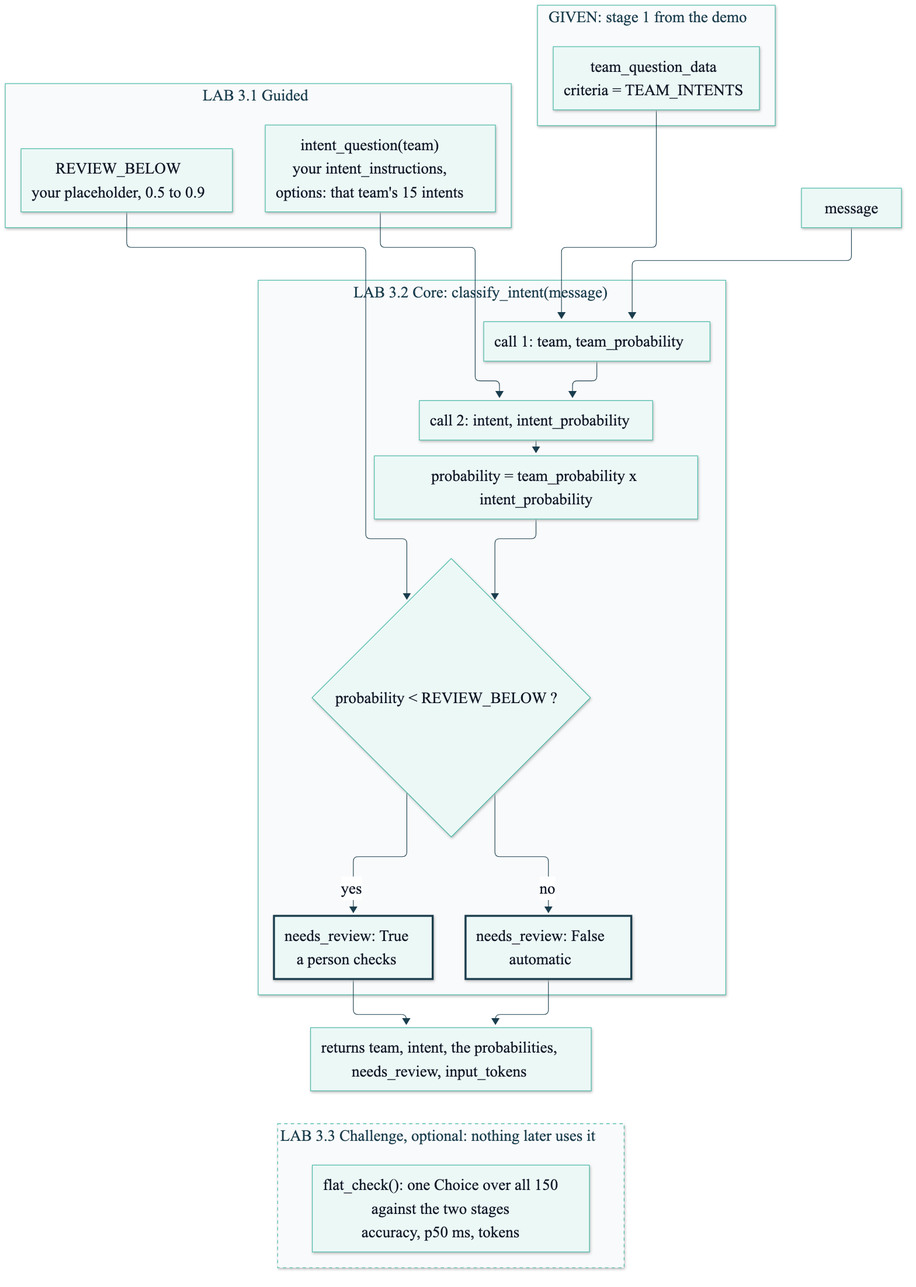
Before: course/diagrams/module_02/p3-lab-map.png, a diagram exported from Mermaid (axel-sirota/getting_started_jev). Its source is kept beside it as course/diagrams/module_02/p3-lab-map.mmd.
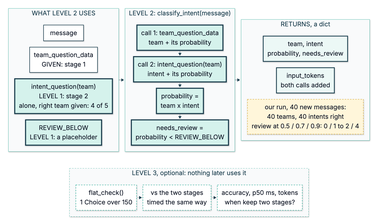
Above is the later version.

Diff of the diagram source:
```diff
@@ -1,41 +1,50 @@
 %%{init: {"theme": "base", "themeVariables": {"fontFamily": "Inter, sans-serif", "primaryColor": "#ECF8F6", "primaryBorderColor": "#40B8A6", "primaryTextColor": "#111827", "lineColor": "#1A3D4D", "secondaryColor": "#F9FAFB", "tertiaryColor": "#FFFFFF", "clusterBkg": "#F9FAFB", "clusterBorder": "#D1D5DB", "actorBkg": "#ECF8F6", "actorBorder": "#40B8A6", "noteBkgColor": "#FFF6DA", "noteBorderColor": "#E0B84C"}}}%%
-flowchart TD
-  M["message"]
-  subgraph GIVEN["GIVEN: stage 1 from the demo"]
-    T["team_question_data<br/>criteria = TEAM_INTENTS"]
+flowchart TB
+  subgraph ROW1[" "]
+    direction LR
+    subgraph IN["WHAT LEVEL 2 USES"]
+      direction TB
+      M["message"]
+      G["team_question_data<br/>GIVEN: stage 1"]
+      IQ["intent_question(team)<br/>LEVEL 1: stage 2<br/>alone, right team given: 4 of 5"]
+      RB["REVIEW_BELOW<br/>LEVEL 1: a placeholder"]
+      M ~~~ G ~~~ IQ ~~~ RB
+    end
+    subgraph L2["LEVEL 2: classify_intent(message)"]
+      direction TB
+      J1["call 1: team_question_data<br/>team + its probability"]
+      J2["call 2: intent_question(team)<br/>intent + its probability"]
+      P["probability =<br/>team x intent"]
+      NR["needs_review =<br/>probability < REVIEW_BELOW"]
+      J1 --> J2 --> P --> NR
+    end
+    subgraph OUT["RETURNS, a dict"]
+      direction TB
+      O1["team, intent<br/>probability, needs_review"]
+      O2["input_tokens<br/>both calls added"]
+      O3["our run, 40 new messages:<br/>40 teams, 40 intents right<br/>review at 0.5 / 0.7 / 0.9: 0 / 1 to 2 / 4"]
+      O1 ~~~ O2 ~~~ O3
+    end
+    IN --> L2 --> OUT
   end
-  subgraph L1["LAB 3.1 Guided"]
-    IQ["intent_question(team)<br/>your intent_instructions,<br/>options: that team's 15 intents"]
-    RB["REVIEW_BELOW<br/>your placeholder, 0.5 to 0.9"]
+  subgraph L3["LEVEL 3, optional: nothing later uses it"]
+    direction LR
+    F1["flat_check()<br/>1 Choice over 150"]
+    F2["vs the two stages<br/>timed the same way"]
+    F3["accuracy, p50 ms, tokens<br/>when keep two stages?"]
+    F1 -.-> F2 -.-> F3
   end
-  subgraph L2["LAB 3.2 Core: classify_intent(message)"]
-    J1["call 1: team, team_probability"]
-    J2["call 2: intent, intent_probability"]
-    P["probability = team_probability x intent_probability"]
-    G{"probability < REVIEW_BELOW ?"}
-    H["needs_review: True<br/>a person checks"]
-    AU["needs_review: False<br/>automatic"]
-  end
-  OUT["returns team, intent, the probabilities,<br/>needs_review, input_tokens"]
-  subgraph L3["LAB 3.3 Challenge, optional: nothing later uses it"]
-    FL["flat_check(): one Choice over all 150<br/>against the two stages<br/>accuracy, p50 ms, tokens"]
-  end
-  M --> J1
-  T --> J1
-  J1 --> J2
-  IQ --> J2
-  J2 --> P
-  P --> G
-  RB --> G
-  G -- yes --> H
-  G -- no --> AU
-  H --> OUT
-  AU --> OUT
-  OUT ~~~ FL
+  ROW1 ~~~ L3
+
+  classDef mine fill:#D5F2EC,stroke:#1A3D4D,stroke-width:4px
+  classDef ok fill:#ECF8F6,stroke:#1A3D4D,stroke-width:3px
+  classDef given fill:#FFFFFF,stroke:#1A3D4D,stroke-width:2px
+  classDef opt fill:#FFFFFF,stroke:#40B8A6,stroke-width:2px,stroke-dasharray:5 5
+  class IQ,RB,J1,J2,P,NR mine
+  class M,G given
+  class O1,O2 ok
+  classDef run fill:#FFF6DA,stroke:#E0B84C,stroke-width:2px,stroke-dasharray:5 5
+  class O3 run
+  class F1,F2,F3 opt
   style L3 stroke-dasharray:5 5
-
-  classDef fail fill:#FDECEA,stroke:#B42318,stroke-width:4px
-  classDef changed fill:#D5F2EC,stroke:#1A3D4D,stroke-width:4px
-  classDef ok fill:#ECF8F6,stroke:#1A3D4D,stroke-width:3px
-  class H ok
-  class AU ok
+  style ROW1 fill:none,stroke:none
```
